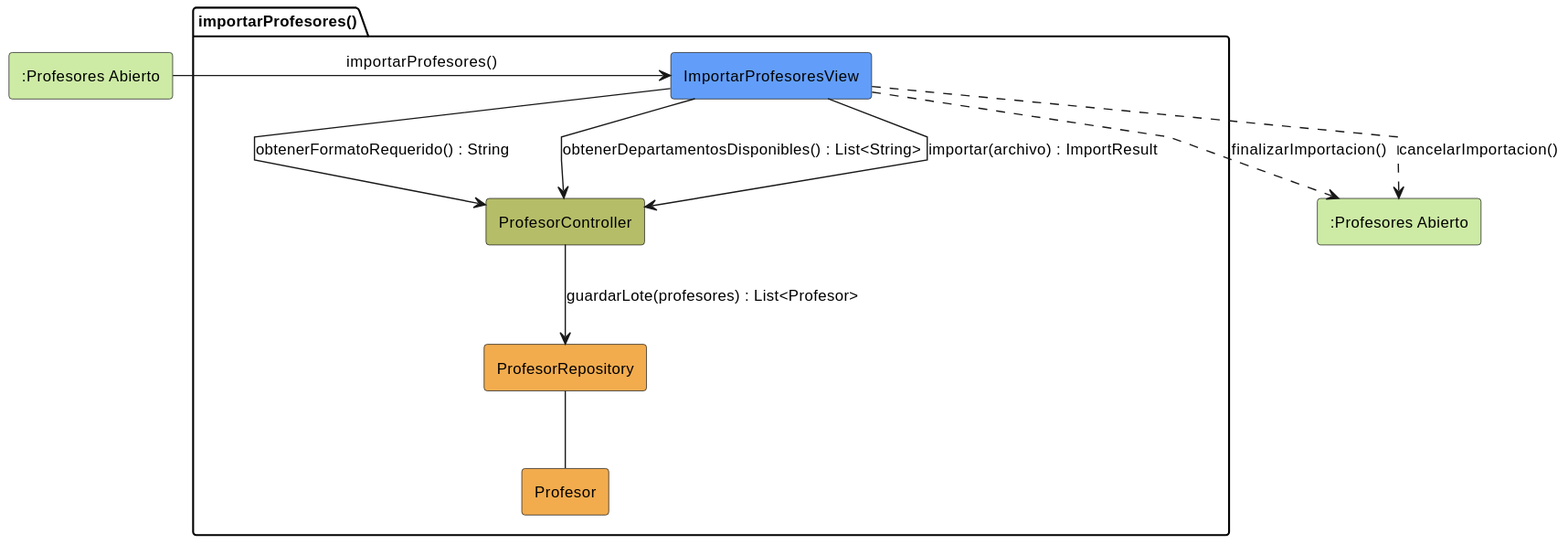
Earlier version of the PlantUML export images/01-analisis/casos-uso/importarProfesores/importarProfesores-analisis.svg (carlos-alvarado-25/25-26-idsw2-sdVC).
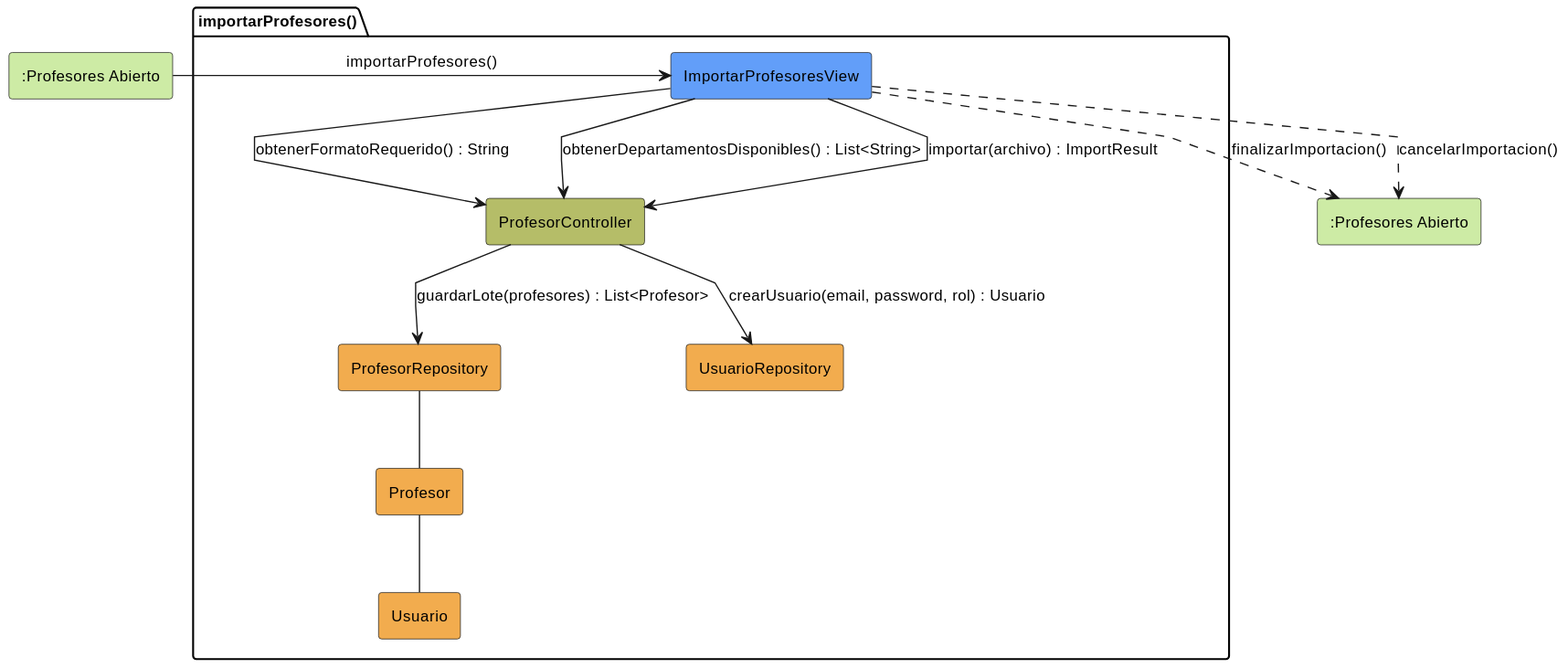
The same file after the commit.

Diff of the diagram source:
```diff
@@ -11,7 +11,9 @@
     rectangle #629EF9 ImportarProfesoresView
     rectangle #b5bd68 ProfesorController
     rectangle #F2AC4E ProfesorRepository
+    rectangle #F2AC4E UsuarioRepository
     rectangle #F2AC4E Profesor
+    rectangle #F2AC4E Usuario
 }
 
 rectangle #CDEBA5 ":Profesores Abierto" as ProfesoresAbiertoSalida
@@ -23,9 +25,11 @@
 
 ImportarProfesoresView -d-> ProfesorController: importar(archivo) : ImportResult
 
+ProfesorController -d-> UsuarioRepository: crearUsuario(email, password, rol) : Usuario
 ProfesorController -d-> ProfesorRepository: guardarLote(profesores) : List<Profesor>
 
 ProfesorRepository -- Profesor
+Profesor -- Usuario
 
 ImportarProfesoresView ..> ProfesoresAbiertoSalida: finalizarImportacion()
 ImportarProfesoresView ..> ProfesoresAbiertoSalida: cancelarImportacion()
```
